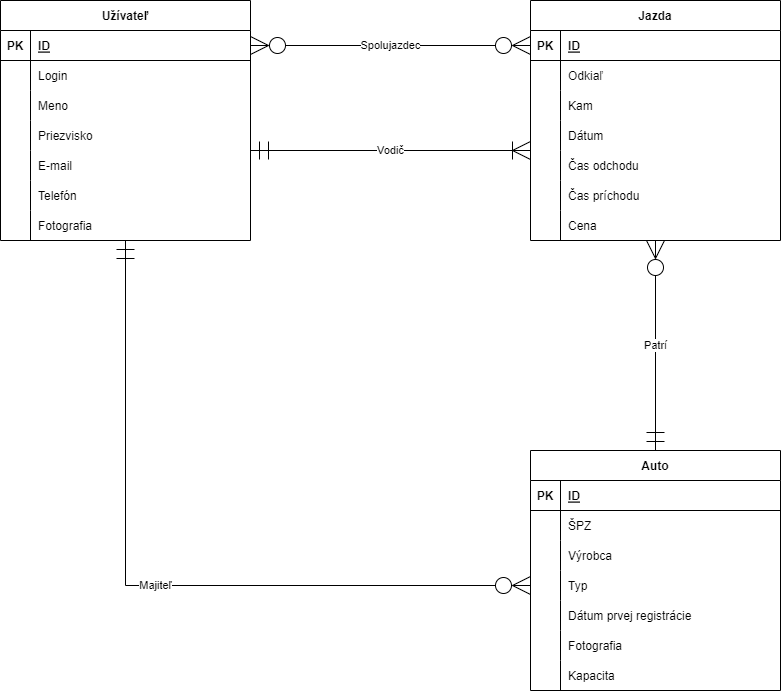
This is docs/ERD.png from MrDalo/ICS_2022, a draw.io export, as it was before one commit. Source tidied: cells renumbered, new cells last; positions are measured from the earlier drawing's top-left corner, leaving out a move shared by most shapes.
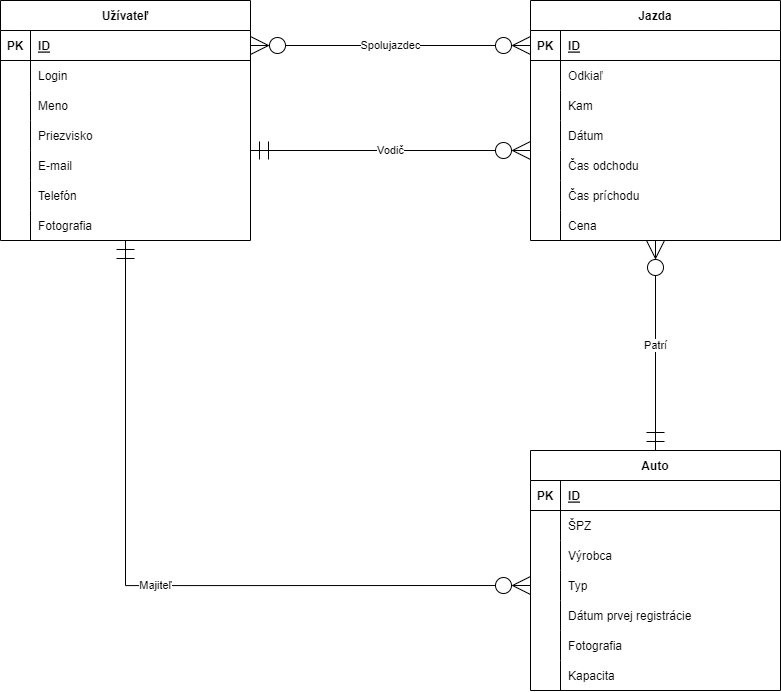
The same diagram one commit later.

Diff of the diagram source:
```diff
@@ -206,7 +206,7 @@
     <mxCell id="69" value="Spolujazdec" style="endArrow=ERzeroToMany;html=1;rounded=0;exitX=1;exitY=0.5;exitDx=0;exitDy=0;entryX=0;entryY=0.5;entryDx=0;entryDy=0;startArrow=ERzeroToMany;startFill=0;endFill=0;startSize=16;endSize=16;" parent="1" edge="1" source="48" target="3">
       <mxGeometry relative="1" as="geometry" />
     </mxCell>
-    <mxCell id="70" value="Vodič" style="endArrow=ERoneToMany;html=1;rounded=0;entryX=0;entryY=0.5;entryDx=0;entryDy=0;startArrow=ERmandOne;startFill=0;endFill=0;endSize=16;startSize=16;" parent="1" edge="1">
+    <mxCell id="70" value="Vodič" style="endArrow=ERzeroToMany;html=1;rounded=0;entryX=0;entryY=0.5;entryDx=0;entryDy=0;startArrow=ERmandOne;startFill=0;endFill=0;endSize=16;startSize=16;" parent="1" edge="1">
       <mxGeometry relative="1" as="geometry">
         <mxPoint x="250" y="150" as="sourcePoint" />
         <mxPoint x="530" y="150" as="targetPoint" />
```
